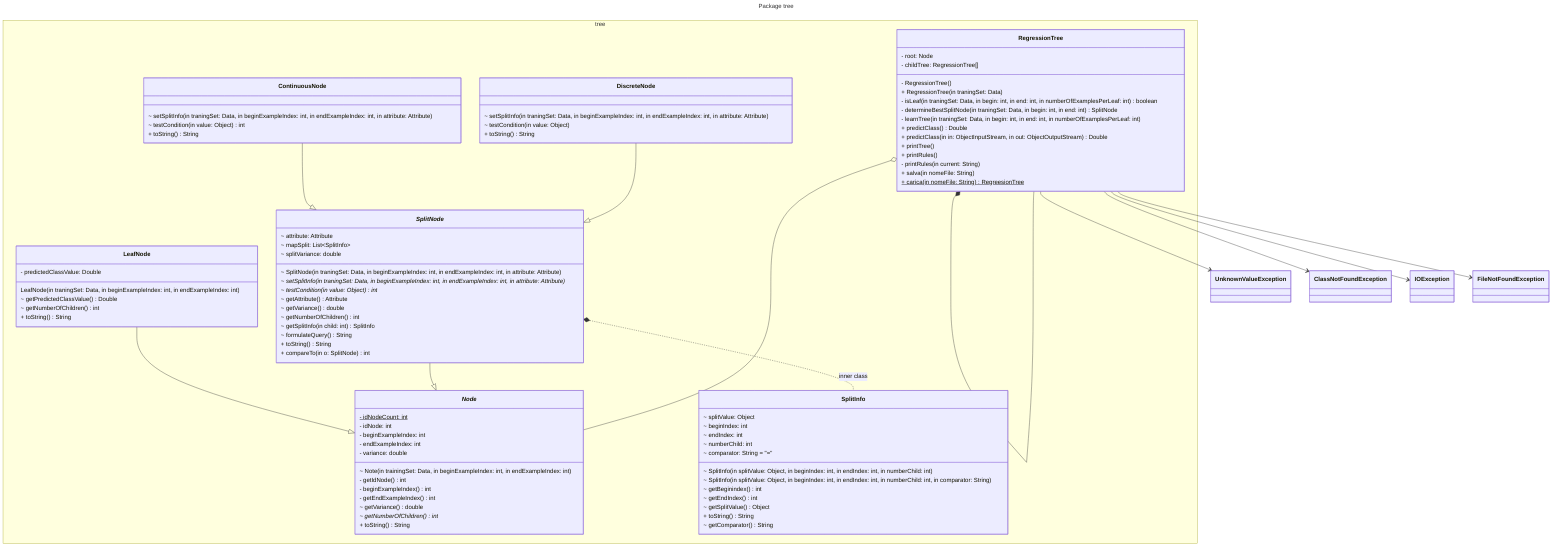
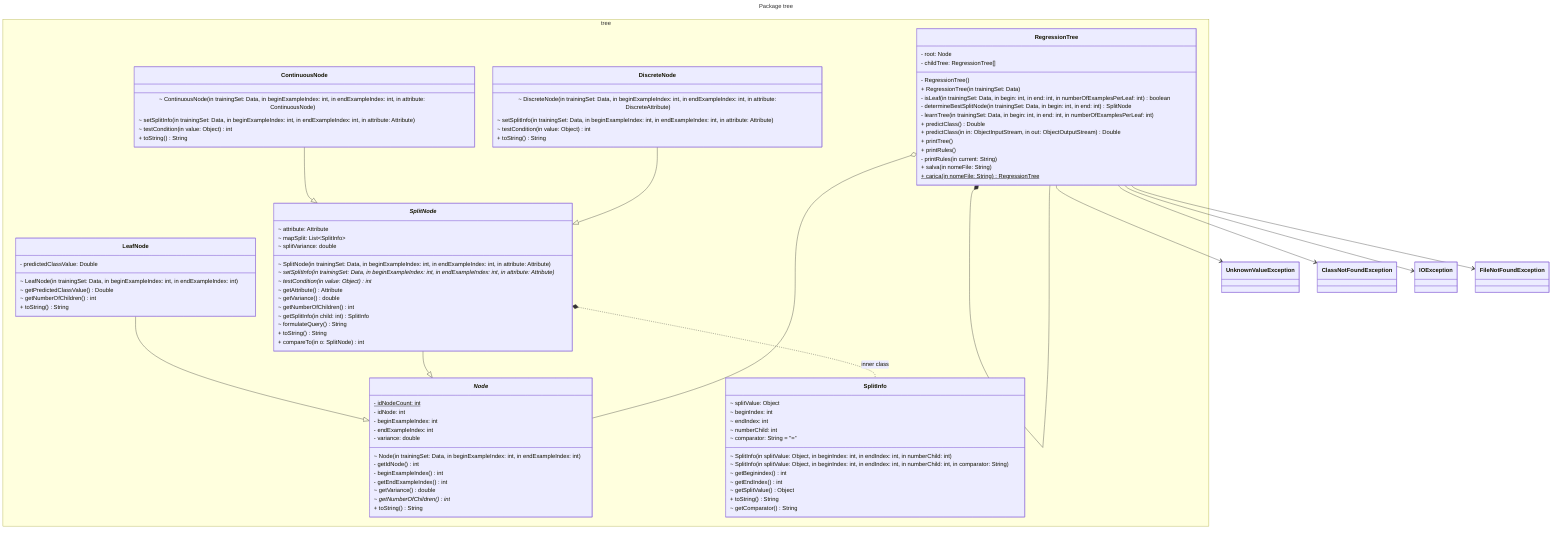
---
title: Package tree
---
classDiagram
namespace tree {
  class Node
  class SplitNode
  class SplitInfo
  class DiscreteNode
  class ContinuousNode
  class LeafNode
  class RegressionTree
}

class Node["<i>Node</i>"] {
  - idNodeCount: int $
  - idNode: int
  - beginExampleIndex: int
  - endExampleIndex: int
  - variance: double
-   ~ Note(in trainingSet: Data, in beginExampleIndex: int, in endExampleIndex: int)
+   ~ Node(in trainingSet: Data, in beginExampleIndex: int, in endExampleIndex: int)
  - getIdNode() int
  - beginExampleIndex() int
  - getEndExampleIndex() int
  ~ getVariance() double
  ~ getNumberOfChildren()* int
  + toString() String
}

class LeafNode {
  - predictedClassValue: Double
-   LeafNode(in traningSet: Data, in beginExampleIndex: int, in endExampleIndex: int)
+   ~ LeafNode(in trainingSet: Data, in beginExampleIndex: int, in endExampleIndex: int)
  ~ getPredictedClassValue() Double
  ~ getNumberOfChildren() int
  + toString() String
}

class DiscreteNode {
-   ~ setSplitInfo(in traningSet: Data, in beginExampleIndex: int, in endExampleIndex: int, in attribute: Attribute)
-   ~ testCondition(in value: Object)
+   ~ DiscreteNode(in trainingSet: Data, in beginExampleIndex: int, in endExampleIndex: int, in attribute: DiscreteAttribute)
+   ~ setSplitInfo(in trainingSet: Data, in beginExampleIndex: int, in endExampleIndex: int, in attribute: Attribute)
+   ~ testCondition(in value: Object) int
  + toString() String
}

class SplitNode["<i>SplitNode</i>"] {
  ~ attribute: Attribute
  ~ mapSplit: List~SplitInfo~
  ~ splitVariance: double
-   ~ SplitNode(in traningSet: Data, in beginExampleIndex: int, in endExampleIndex: int, in attribute: Attribute)
-   ~ setSplitInfo(in traningSet: Data, in beginExampleIndex: int, in endExampleIndex: int, in attribute: Attribute)*
+   ~ SplitNode(in trainingSet: Data, in beginExampleIndex: int, in endExampleIndex: int, in attribute: Attribute)
+   ~ setSplitInfo(in trainingSet: Data, in beginExampleIndex: int, in endExampleIndex: int, in attribute: Attribute)*
  ~ testCondition(in value: Object)* int
  ~ getAttribute() Attribute
  ~ getVariance() double
  ~ getNumberOfChildren() int
  ~ getSplitInfo(in child: int) SplitInfo
  ~ formulateQuery() String
  + toString() String
  + compareTo(in o: SplitNode) int
}

class SplitInfo {
  ~ splitValue: Object
  ~ beginIndex: int
  ~ endIndex: int
  ~ numberChild: int
  ~ comparator: String = "="
  ~ SplitInfo(in splitValue: Object, in beginIndex: int, in endIndex: int, in numberChild: int)
  ~ SplitInfo(in splitValue: Object, in beginIndex: int, in endIndex: int, in numberChild: int, in comparator: String)
  ~ getBeginindex() int
  ~ getEndIndex() int
  ~ getSplitValue() Object
  + toString() String
  ~ getComparator() String
}

class ContinuousNode {
-   ~ setSplitInfo(in traningSet: Data, in beginExampleIndex: int, in endExampleIndex: int, in attribute: Attribute)
+   ~ ContinuousNode(in trainingSet: Data, in beginExampleIndex: int, in endExampleIndex: int, in attribute: ContinuousNode)
+   ~ setSplitInfo(in trainingSet: Data, in beginExampleIndex: int, in endExampleIndex: int, in attribute: Attribute)
  ~ testCondition(in value: Object) int
  + toString() String
}

class RegressionTree {
  - root: Node
  - childTree: RegressionTree[]
  - RegressionTree()
-   + RegressionTree(in traningSet: Data)
-   - isLeaf(in traningSet: Data, in begin: int, in end: int, in numberOfExamplesPerLeaf: int) boolean
-   - determineBestSplitNode(in traningSet: Data, in begin: int, in end: int) SplitNode
-   - learnTree(in traningSet: Data, in begin: int, in end: int, in numberOfExamplesPerLeaf: int)
+   + RegressionTree(in trainingSet: Data)
+   - isLeaf(in trainingSet: Data, in begin: int, in end: int, in numberOfExamplesPerLeaf: int) boolean
+   - determineBestSplitNode(in trainingSet: Data, in begin: int, in end: int) SplitNode
+   - learnTree(in trainingSet: Data, in begin: int, in end: int, in numberOfExamplesPerLeaf: int)
  + predictClass() Double
  + predictClass(in in: ObjectInputStream, in out: ObjectOutputStream) Double
  + printTree()
  + printRules()
  - printRules(in current: String)
  + salva(in nomeFile: String)
-   + carica(in nomeFile: String) RegreesionTree$
+   + carica(in nomeFile: String) RegressionTree$
}

- LeafNode --|>Node
+ LeafNode --|> Node
SplitNode --|> Node
ContinuousNode --|> SplitNode
DiscreteNode --|> SplitNode

SplitNode *.. SplitInfo : inner class

RegressionTree o-- Node
RegressionTree *-- RegressionTree
RegressionTree --> UnknownValueException
RegressionTree --> ClassNotFoundException
RegressionTree --> IOException
RegressionTree --> FileNotFoundException
